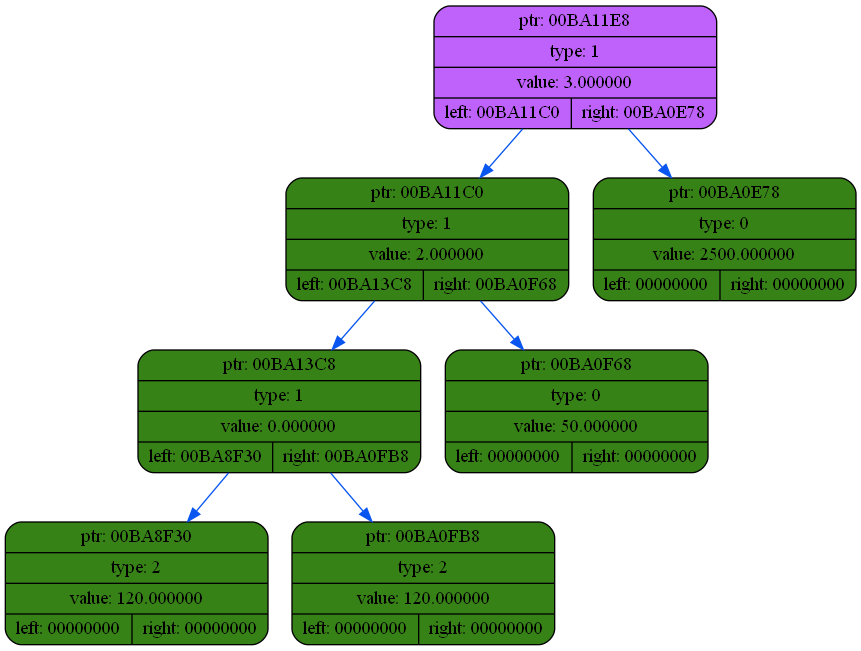
Before: dump/dump4.png, a diagram exported from Graphviz (coffee8cat/differentiator). Its source is kept beside it as dump/dump4.dot. Its diagram source:
```dot
digraph
{
    rankdir=TP

        node00BA11E8[shape=record,style="rounded,filled",fillcolor="#BF62FC",label="{ ptr: 00BA11E8 | type: 1 | value: 3.000000| { left: 00BA11C0 | right: 00BA0E78 }}"];
    node00BA11E8 -> node00BA11C0[color="#0855F0"]
    node00BA11C0[shape=record,style="rounded,filled",fillcolor="#378217",label="{ ptr: 00BA11C0 | type: 1 | value: 2.000000| { left: 00BA13C8 | right: 00BA0F68 }}"];
    node00BA11C0 -> node00BA13C8[color="#0855F0"]
    node00BA13C8[shape=record,style="rounded,filled",fillcolor="#378217",label="{ ptr: 00BA13C8 | type: 1 | value: 0.000000| { left: 00BA8F30 | right: 00BA0FB8 }}"];
    node00BA13C8 -> node00BA8F30[color="#0855F0"]
    node00BA8F30[shape=record,style="rounded,filled",fillcolor="#378217",label="{ ptr: 00BA8F30 | type: 2 | value: 120.000000| { left: 00000000 | right: 00000000 }}"];
    node00BA13C8 -> node00BA0FB8[color="#0855F0"]
    node00BA0FB8[shape=record,style="rounded,filled",fillcolor="#378217",label="{ ptr: 00BA0FB8 | type: 2 | value: 120.000000| { left: 00000000 | right: 00000000 }}"];
    node00BA11C0 -> node00BA0F68[color="#0855F0"]
    node00BA0F68[shape=record,style="rounded,filled",fillcolor="#378217",label="{ ptr: 00BA0F68 | type: 0 | value: 50.000000| { left: 00000000 | right: 00000000 }}"];
    node00BA11E8 -> node00BA0E78[color="#0855F0"]
    node00BA0E78[shape=record,style="rounded,filled",fillcolor="#378217",label="{ ptr: 00BA0E78 | type: 0 | value: 2500.000000| { left: 00000000 | right: 00000000 }}"];
}
```
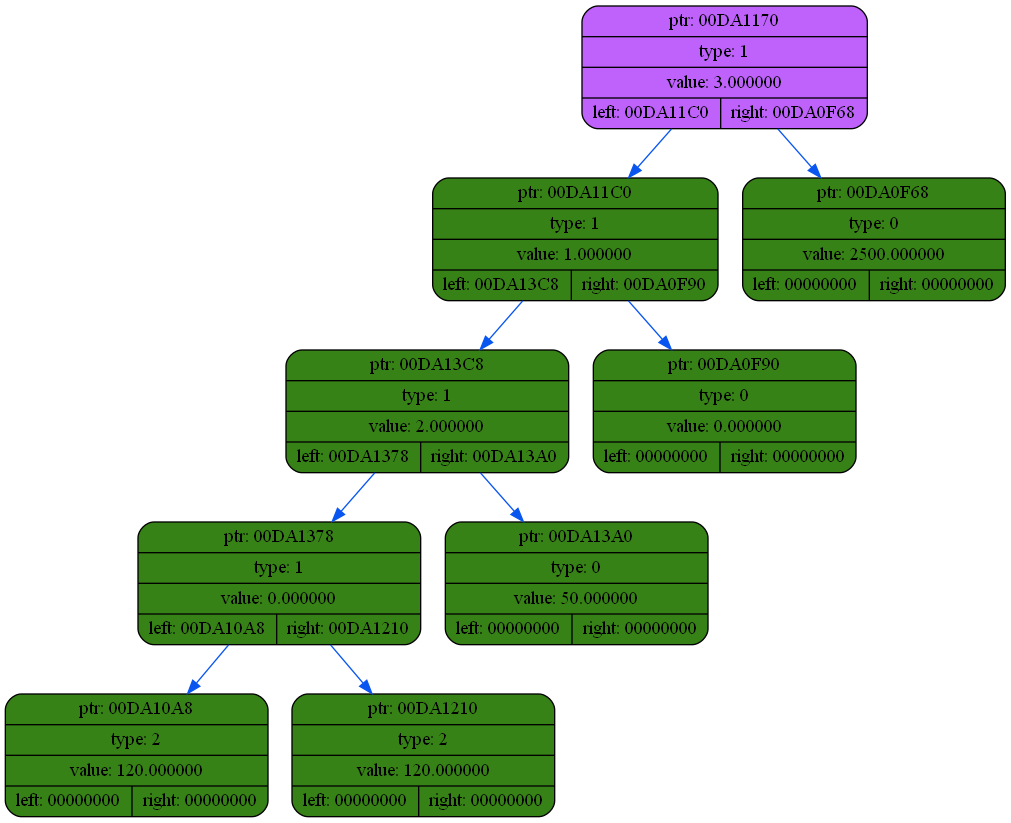
The same diagram one commit later.

The edit, as a diff of the source:
```diff
@@ -2,17 +2,21 @@
 {
     rankdir=TP
 
-        node00BA11E8[shape=record,style="rounded,filled",fillcolor="#BF62FC",label="{ ptr: 00BA11E8 | type: 1 | value: 3.000000| { left: 00BA11C0 | right: 00BA0E78 }}"];
-    node00BA11E8 -> node00BA11C0[color="#0855F0"]
-    node00BA11C0[shape=record,style="rounded,filled",fillcolor="#378217",label="{ ptr: 00BA11C0 | type: 1 | value: 2.000000| { left: 00BA13C8 | right: 00BA0F68 }}"];
-    node00BA11C0 -> node00BA13C8[color="#0855F0"]
-    node00BA13C8[shape=record,style="rounded,filled",fillcolor="#378217",label="{ ptr: 00BA13C8 | type: 1 | value: 0.000000| { left: 00BA8F30 | right: 00BA0FB8 }}"];
-    node00BA13C8 -> node00BA8F30[color="#0855F0"]
-    node00BA8F30[shape=record,style="rounded,filled",fillcolor="#378217",label="{ ptr: 00BA8F30 | type: 2 | value: 120.000000| { left: 00000000 | right: 00000000 }}"];
-    node00BA13C8 -> node00BA0FB8[color="#0855F0"]
-    node00BA0FB8[shape=record,style="rounded,filled",fillcolor="#378217",label="{ ptr: 00BA0FB8 | type: 2 | value: 120.000000| { left: 00000000 | right: 00000000 }}"];
-    node00BA11C0 -> node00BA0F68[color="#0855F0"]
-    node00BA0F68[shape=record,style="rounded,filled",fillcolor="#378217",label="{ ptr: 00BA0F68 | type: 0 | value: 50.000000| { left: 00000000 | right: 00000000 }}"];
-    node00BA11E8 -> node00BA0E78[color="#0855F0"]
-    node00BA0E78[shape=record,style="rounded,filled",fillcolor="#378217",label="{ ptr: 00BA0E78 | type: 0 | value: 2500.000000| { left: 00000000 | right: 00000000 }}"];
+        node00DA1170[shape=record,style="rounded,filled",fillcolor="#BF62FC",label="{ ptr: 00DA1170 | type: 1 | value: 3.000000| { left: 00DA11C0 | right: 00DA0F68 }}"];
+    node00DA1170 -> node00DA11C0[color="#0855F0"]
+    node00DA11C0[shape=record,style="rounded,filled",fillcolor="#378217",label="{ ptr: 00DA11C0 | type: 1 | value: 1.000000| { left: 00DA13C8 | right: 00DA0F90 }}"];
+    node00DA11C0 -> node00DA13C8[color="#0855F0"]
+    node00DA13C8[shape=record,style="rounded,filled",fillcolor="#378217",label="{ ptr: 00DA13C8 | type: 1 | value: 2.000000| { left: 00DA1378 | right: 00DA13A0 }}"];
+    node00DA13C8 -> node00DA1378[color="#0855F0"]
+    node00DA1378[shape=record,style="rounded,filled",fillcolor="#378217",label="{ ptr: 00DA1378 | type: 1 | value: 0.000000| { left: 00DA10A8 | right: 00DA1210 }}"];
+    node00DA1378 -> node00DA10A8[color="#0855F0"]
+    node00DA10A8[shape=record,style="rounded,filled",fillcolor="#378217",label="{ ptr: 00DA10A8 | type: 2 | value: 120.000000| { left: 00000000 | right: 00000000 }}"];
+    node00DA1378 -> node00DA1210[color="#0855F0"]
+    node00DA1210[shape=record,style="rounded,filled",fillcolor="#378217",label="{ ptr: 00DA1210 | type: 2 | value: 120.000000| { left: 00000000 | right: 00000000 }}"];
+    node00DA13C8 -> node00DA13A0[color="#0855F0"]
+    node00DA13A0[shape=record,style="rounded,filled",fillcolor="#378217",label="{ ptr: 00DA13A0 | type: 0 | value: 50.000000| { left: 00000000 | right: 00000000 }}"];
+    node00DA11C0 -> node00DA0F90[color="#0855F0"]
+    node00DA0F90[shape=record,style="rounded,filled",fillcolor="#378217",label="{ ptr: 00DA0F90 | type: 0 | value: 0.000000| { left: 00000000 | right: 00000000 }}"];
+    node00DA1170 -> node00DA0F68[color="#0855F0"]
+    node00DA0F68[shape=record,style="rounded,filled",fillcolor="#378217",label="{ ptr: 00DA0F68 | type: 0 | value: 2500.000000| { left: 00000000 | right: 00000000 }}"];
 }
```
